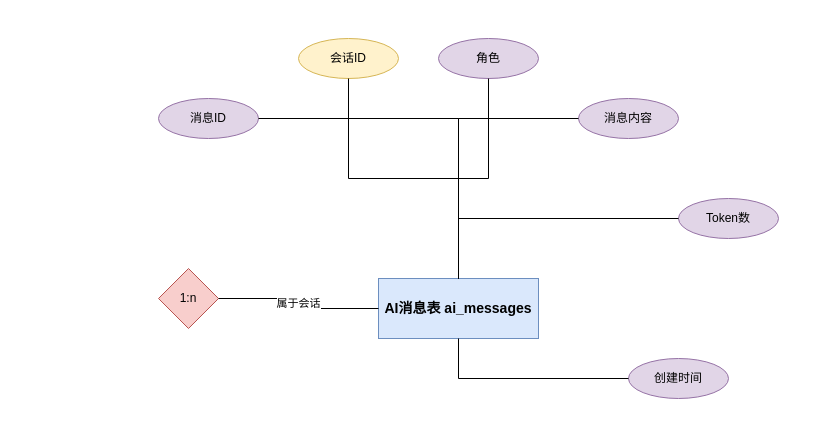
Above: DOCS/architecture-diagrams/sources/AI消息表.drawio in 612cs/TrailQuest (draw.io), before the change. Source tidied: cells renumbered, new cells numbered last; positions are measured from the earlier drawing's top-left corner, leaving out a move shared by most shapes. Both pictures are drawn from the tidied source at 100%, with x=0, y=0 at pixel (158, 38).
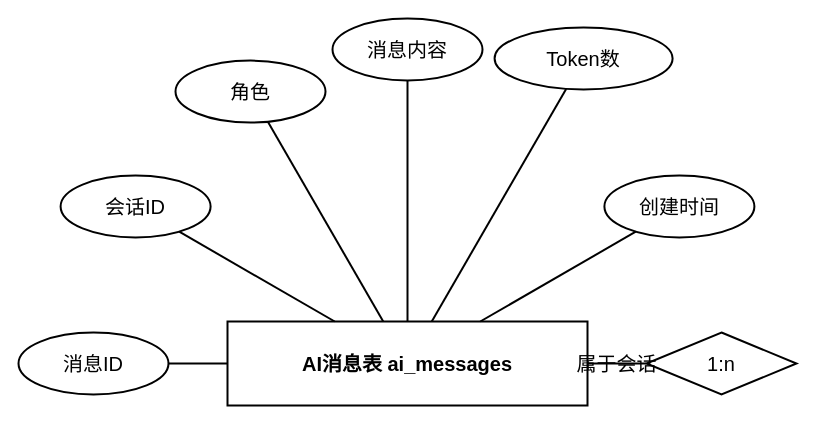
After the change.

What changed in the source:
```diff
@@
 <mxGraphModel>
   <root>
     <mxCell id="0" />
     <mxCell id="1" parent="0" />
-    <mxCell id="2" value="AI消息表 ai_messages" style="rounded=0;whiteSpace=wrap;html=1;fillColor=#dae8fc;strokeColor=#6c8ebf;fontSize=14;fontStyle=1;" parent="1" vertex="1">
-      <mxGeometry x="220" y="240" width="160" height="60" as="geometry" />
+    <mxCell id="2" value="AI消息表 ai_messages" style="rounded=0;whiteSpace=wrap;html=1;fillColor=none;strokeColor=#000000;fontSize=20;fontStyle=1;gradientColor=none;fontColor=#000000;strokeWidth=2;shadow=0;glass=0;" parent="1" vertex="1">
+      <mxGeometry x="69" y="283" width="360" height="84" as="geometry" />
     </mxCell>
-    <mxCell id="3" value="消息ID" style="ellipse;whiteSpace=wrap;html=1;fillColor=#e1d5e7;strokeColor=#9673a6;" parent="1" vertex="1">
-      <mxGeometry y="60" width="100" height="40" as="geometry" />
+    <mxCell id="3" value="消息ID" style="ellipse;whiteSpace=wrap;html=1;fillColor=none;strokeColor=#000000;gradientColor=none;fontColor=#000000;fontSize=20;strokeWidth=2;shadow=0;glass=0;" parent="1" vertex="1">
+      <mxGeometry x="-140" y="294" width="150" height="62" as="geometry" />
     </mxCell>
-    <mxCell id="4" style="edgeStyle=orthogonalEdgeStyle;rounded=0;jettySize=auto;html=1;endArrow=none;endFill=0;" parent="1" edge="1" source="3" target="2">
+    <mxCell id="4" style="rounded=0;html=1;endArrow=none;endFill=0;strokeColor=#000000;strokeWidth=2;" parent="1" edge="1" source="3" target="2">
       <mxGeometry relative="1" as="geometry" />
     </mxCell>
-    <mxCell id="5" value="会话ID" style="ellipse;whiteSpace=wrap;html=1;fillColor=#fff2cc;strokeColor=#d6b656;" parent="1" vertex="1">
-      <mxGeometry x="140" width="100" height="40" as="geometry" />
+    <mxCell id="5" value="会话ID" style="ellipse;whiteSpace=wrap;html=1;fillColor=none;strokeColor=#000000;gradientColor=none;fontColor=#000000;fontSize=20;strokeWidth=2;shadow=0;glass=0;" parent="1" vertex="1">
+      <mxGeometry x="-97.9" y="137" width="150" height="62" as="geometry" />
     </mxCell>
-    <mxCell id="6" style="edgeStyle=orthogonalEdgeStyle;rounded=0;jettySize=auto;html=1;endArrow=none;endFill=0;" parent="1" edge="1" source="5" target="2">
+    <mxCell id="6" style="rounded=0;html=1;endArrow=none;endFill=0;strokeColor=#000000;strokeWidth=2;" parent="1" edge="1" source="5" target="2">
       <mxGeometry relative="1" as="geometry" />
     </mxCell>
-    <mxCell id="7" value="角色" style="ellipse;whiteSpace=wrap;html=1;fillColor=#e1d5e7;strokeColor=#9673a6;" parent="1" vertex="1">
-      <mxGeometry x="280" width="100" height="40" as="geometry" />
+    <mxCell id="7" value="角色" style="ellipse;whiteSpace=wrap;html=1;fillColor=none;strokeColor=#000000;gradientColor=none;fontColor=#000000;fontSize=20;strokeWidth=2;shadow=0;glass=0;" parent="1" vertex="1">
+      <mxGeometry x="17" y="22.1" width="150" height="62" as="geometry" />
     </mxCell>
-    <mxCell id="8" style="edgeStyle=orthogonalEdgeStyle;rounded=0;jettySize=auto;html=1;endArrow=none;endFill=0;" parent="1" edge="1" source="7" target="2">
+    <mxCell id="8" style="rounded=0;html=1;endArrow=none;endFill=0;strokeColor=#000000;strokeWidth=2;" parent="1" edge="1" source="7" target="2">
       <mxGeometry relative="1" as="geometry" />
     </mxCell>
-    <mxCell id="9" value="消息内容" style="ellipse;whiteSpace=wrap;html=1;fillColor=#e1d5e7;strokeColor=#9673a6;" parent="1" vertex="1">
-      <mxGeometry x="420" y="60" width="100" height="40" as="geometry" />
+    <mxCell id="9" value="消息内容" style="ellipse;whiteSpace=wrap;html=1;fillColor=none;strokeColor=#000000;gradientColor=none;fontColor=#000000;fontSize=20;strokeWidth=2;shadow=0;glass=0;" parent="1" vertex="1">
+      <mxGeometry x="174" y="-20" width="150" height="62" as="geometry" />
     </mxCell>
-    <mxCell id="10" style="edgeStyle=orthogonalEdgeStyle;rounded=0;jettySize=auto;html=1;endArrow=none;endFill=0;" parent="1" edge="1" source="9" target="2">
+    <mxCell id="10" style="rounded=0;html=1;endArrow=none;endFill=0;strokeColor=#000000;strokeWidth=2;" parent="1" edge="1" source="9" target="2">
       <mxGeometry relative="1" as="geometry" />
     </mxCell>
-    <mxCell id="11" value="Token数" style="ellipse;whiteSpace=wrap;html=1;fillColor=#e1d5e7;strokeColor=#9673a6;" parent="1" vertex="1">
-      <mxGeometry x="520" y="160" width="100" height="40" as="geometry" />
+    <mxCell id="11" value="Token数" style="ellipse;whiteSpace=wrap;html=1;fillColor=none;strokeColor=#000000;gradientColor=none;fontColor=#000000;fontSize=20;strokeWidth=2;shadow=0;glass=0;" parent="1" vertex="1">
+      <mxGeometry x="336.1" y="-11" width="178" height="62" as="geometry" />
     </mxCell>
-    <mxCell id="12" style="edgeStyle=orthogonalEdgeStyle;rounded=0;jettySize=auto;html=1;endArrow=none;endFill=0;" parent="1" edge="1" source="11" target="2">
+    <mxCell id="12" style="rounded=0;html=1;endArrow=none;endFill=0;strokeColor=#000000;strokeWidth=2;" parent="1" edge="1" source="11" target="2">
       <mxGeometry relative="1" as="geometry" />
     </mxCell>
-    <mxCell id="13" value="创建时间" style="ellipse;whiteSpace=wrap;html=1;fillColor=#e1d5e7;strokeColor=#9673a6;" parent="1" vertex="1">
-      <mxGeometry x="470" y="320" width="100" height="40" as="geometry" />
+    <mxCell id="13" value="创建时间" style="ellipse;whiteSpace=wrap;html=1;fillColor=none;strokeColor=#000000;gradientColor=none;fontColor=#000000;fontSize=20;strokeWidth=2;shadow=0;glass=0;" parent="1" vertex="1">
+      <mxGeometry x="445.9" y="137" width="150" height="62" as="geometry" />
     </mxCell>
-    <mxCell id="14" style="edgeStyle=orthogonalEdgeStyle;rounded=0;jettySize=auto;html=1;endArrow=none;endFill=0;" parent="1" edge="1" source="13" target="2">
+    <mxCell id="14" style="rounded=0;html=1;endArrow=none;endFill=0;strokeColor=#000000;strokeWidth=2;" parent="1" edge="1" source="13" target="2">
       <mxGeometry relative="1" as="geometry" />
     </mxCell>
-    <mxCell id="15" value="1:n" style="rhombus;whiteSpace=wrap;html=1;fillColor=#f8cecc;strokeColor=#b85450;fontSize=12;" parent="1" vertex="1">
-      <mxGeometry y="230" width="60" height="60" as="geometry" />
+    <mxCell id="15" value="1:n" style="rhombus;whiteSpace=wrap;html=1;fillColor=none;strokeColor=#000000;fontSize=20;gradientColor=none;fontColor=#000000;strokeWidth=2;shadow=0;glass=0;" parent="1" vertex="1">
+      <mxGeometry x="488" y="294" width="150" height="62" as="geometry" />
     </mxCell>
-    <mxCell id="16" value="属于会话" style="edgeStyle=orthogonalEdgeStyle;rounded=0;jettySize=auto;html=1;endArrow=none;endFill=0;" parent="1" edge="1" source="15" target="2">
+    <mxCell id="16" value="属于会话" style="rounded=0;html=1;endArrow=none;endFill=0;strokeColor=#000000;strokeWidth=2;fontSize=20;fontColor=#000000;fontFamily=Arial;labelBackgroundColor=none;fillColor=none;gradientColor=none;shadow=0;" parent="1" edge="1" source="15" target="2">
       <mxGeometry relative="1" as="geometry" />
     </mxCell>
   </root>
 </mxGraphModel>
```
